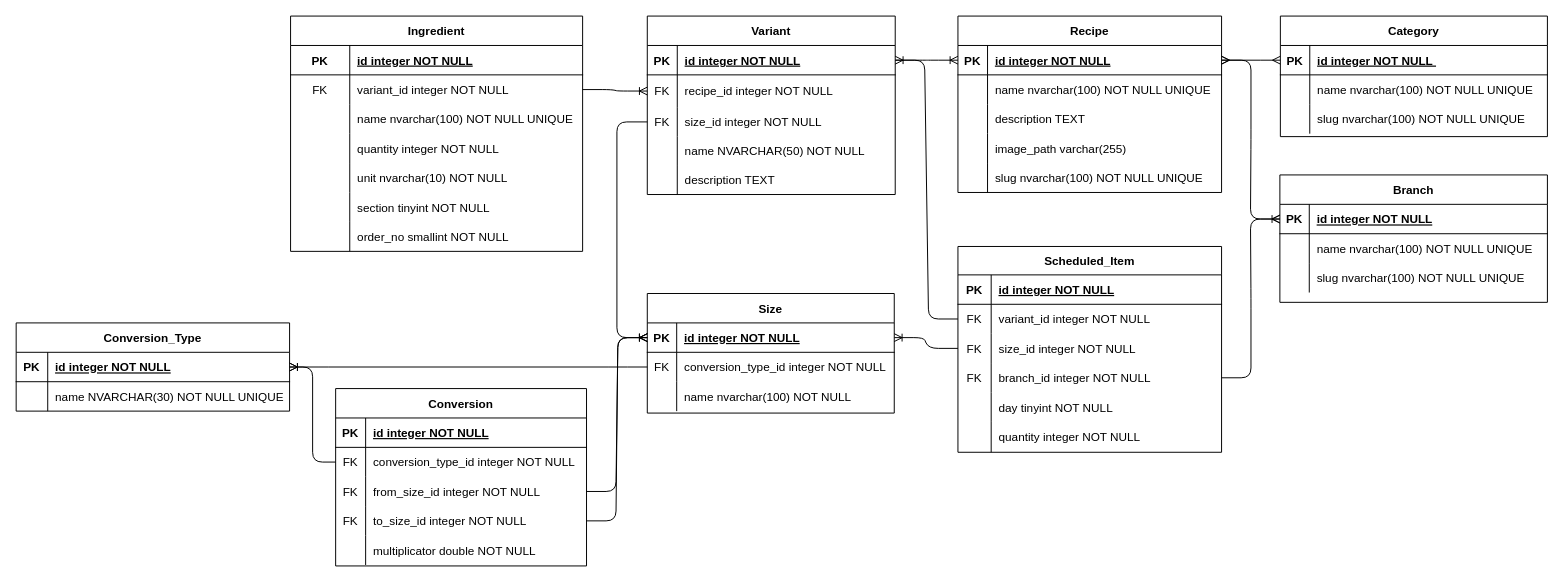
MetaEMK/RecipeManager_Backend keeps this draw.io diagram as documentation/ERM.drawio. Above is the earlier version. Source tidied: cells renumbered, new cells numbered last; positions are measured from the earlier drawing's top-left corner, leaving out a move shared by most shapes. Both pictures are drawn from the tidied source at 98%, with x=0, y=0 at pixel (16, 16).
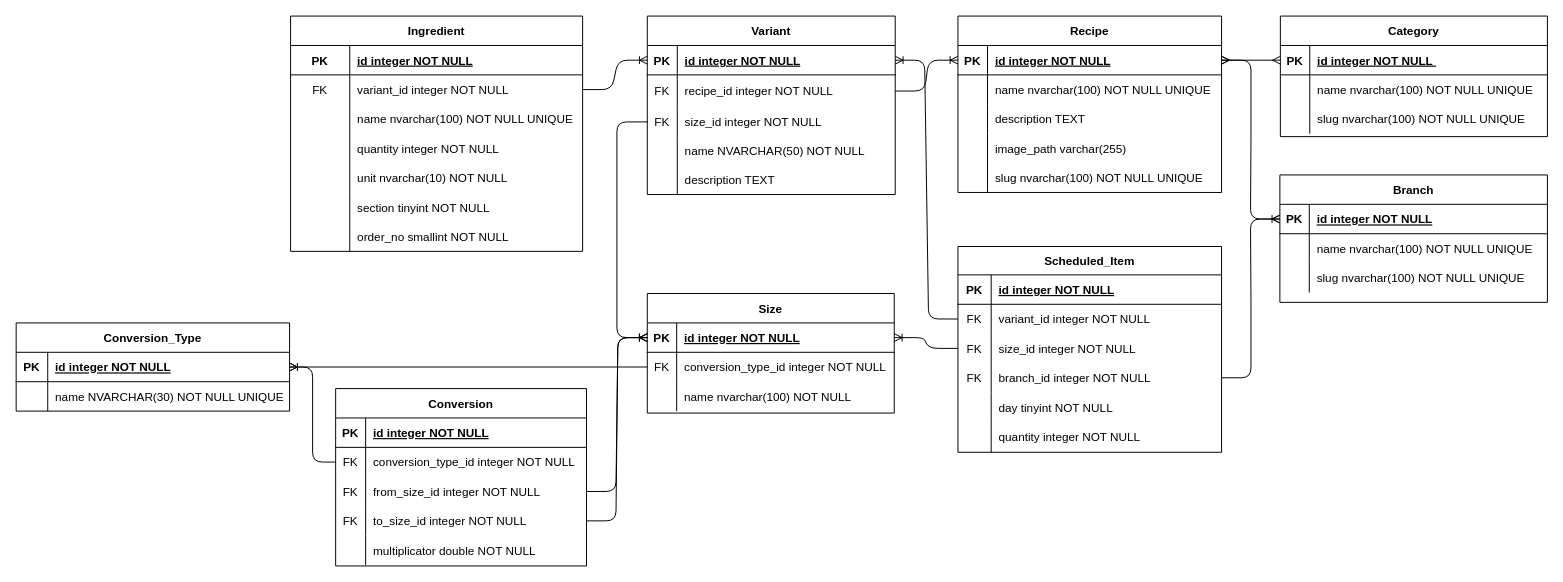
The same page after the edit.

Commit message:
Documentation - Fixed ERM error

Unchanged cells that the change refers to:
```xml
<mxCell id="13" style="shape=partialRectangle;fillColor=none;points=[[0,0.5],[1,0.5]];portConstraint=eastwest;top=0;left=0;right=0;bottom=1;" parent="12" vertex="1">
  <mxGeometry y="30" width="269" height="30" as="geometry" />
</mxCell>
<mxCell id="51" style="shape=partialRectangle;fillColor=none;top=0;left=0;bottom=0;right=0;points=[[0,0.5],[1,0.5]];portConstraint=eastwest;" parent="47" vertex="1">
  <mxGeometry y="60" width="298" height="30" as="geometry" />
</mxCell>
<mxCell id="70" style="shape=partialRectangle;fillColor=none;top=0;left=0;bottom=1;right=0;points=[[0,0.5],[1,0.5]];portConstraint=eastwest;" parent="69" vertex="1">
  <mxGeometry y="30" width="253" height="30" as="geometry" />
</mxCell>
<mxCell id="73" style="shape=partialRectangle;fillColor=none;top=0;left=0;bottom=0;right=0;points=[[0,0.5],[1,0.5]];portConstraint=eastwest;" parent="69" vertex="1">
  <mxGeometry y="60" width="253" height="33" as="geometry" />
</mxCell>
```

Diff of the diagram source:
```diff
@@
-    <mxCell id="130" style="edgeStyle=entityRelationEdgeStyle;fontSize=12;html=1;endArrow=ERoneToMany;exitX=1;exitY=0.5;exitDx=0;exitDy=0;entryX=0;entryY=0.5;entryDx=0;entryDy=0;" parent="1" edge="1" source="70" target="13">
+    <mxCell id="130" style="edgeStyle=entityRelationEdgeStyle;fontSize=12;html=1;endArrow=ERoneToMany;exitX=1;exitY=0.5;exitDx=0;exitDy=0;entryX=0;entryY=0.5;entryDx=0;entryDy=0;" parent="1" edge="1" source="73" target="13">
       <mxGeometry relative="1" as="geometry" />
     </mxCell>
@@
-    <mxCell id="132" style="edgeStyle=entityRelationEdgeStyle;fontSize=12;html=1;endArrow=ERoneToMany;exitX=1;exitY=0.5;exitDx=0;exitDy=0;entryX=0;entryY=0.5;entryDx=0;entryDy=0;" parent="1" edge="1" source="51" target="73">
+    <mxCell id="132" style="edgeStyle=entityRelationEdgeStyle;fontSize=12;html=1;endArrow=ERoneToMany;exitX=1;exitY=0.5;exitDx=0;exitDy=0;entryX=0;entryY=0.5;entryDx=0;entryDy=0;" parent="1" edge="1" source="51" target="70">
       <mxGeometry relative="1" as="geometry" />
     </mxCell>
```
